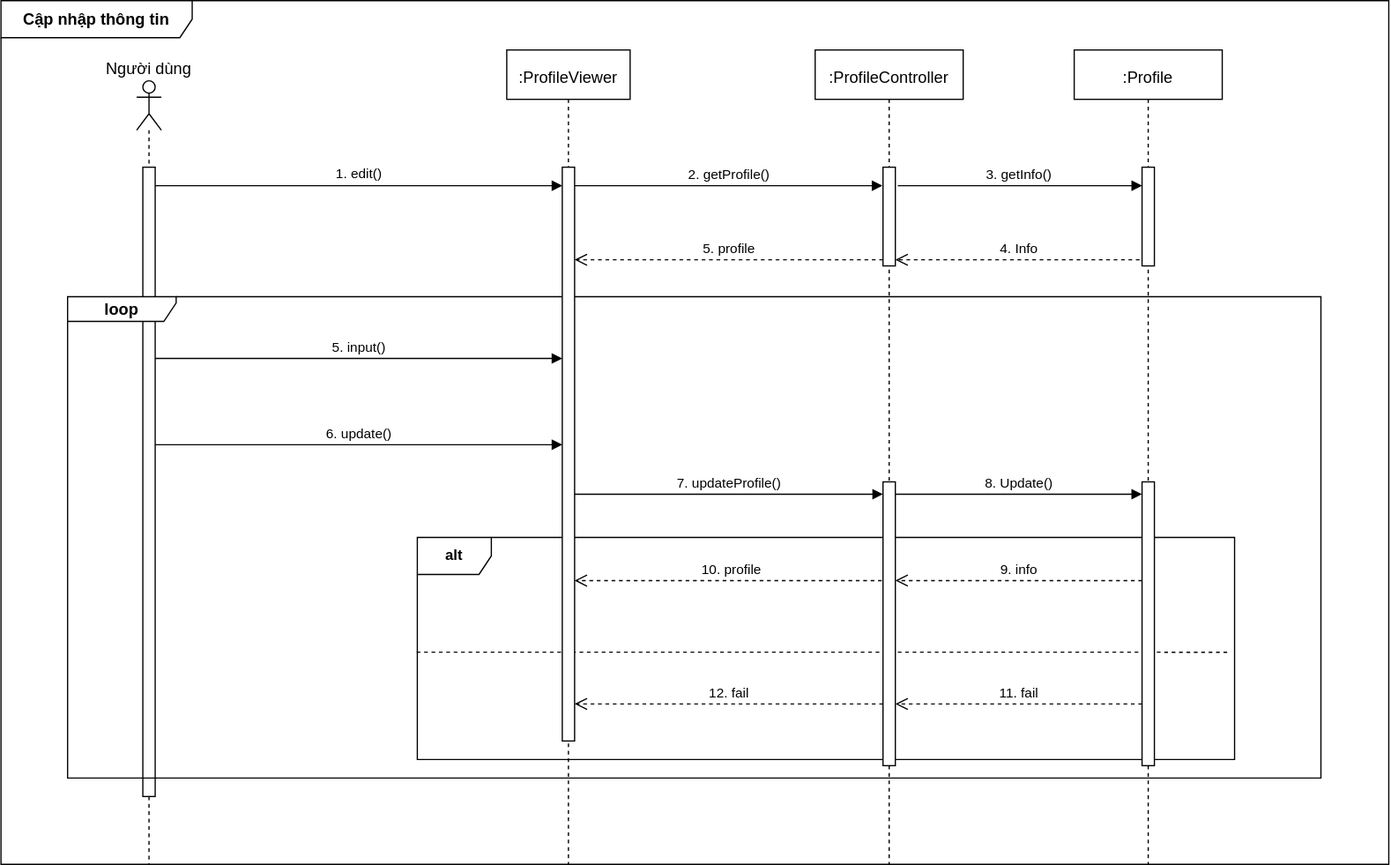
The draw.io diagram DiemDanh_2/CapNhatThongTin.drawio.svg in minh071289/AI_system, before a commit. Source tidied: cells renumbered, new cells last; positions are measured from the earlier drawing's top-left corner, leaving out a move shared by most shapes.
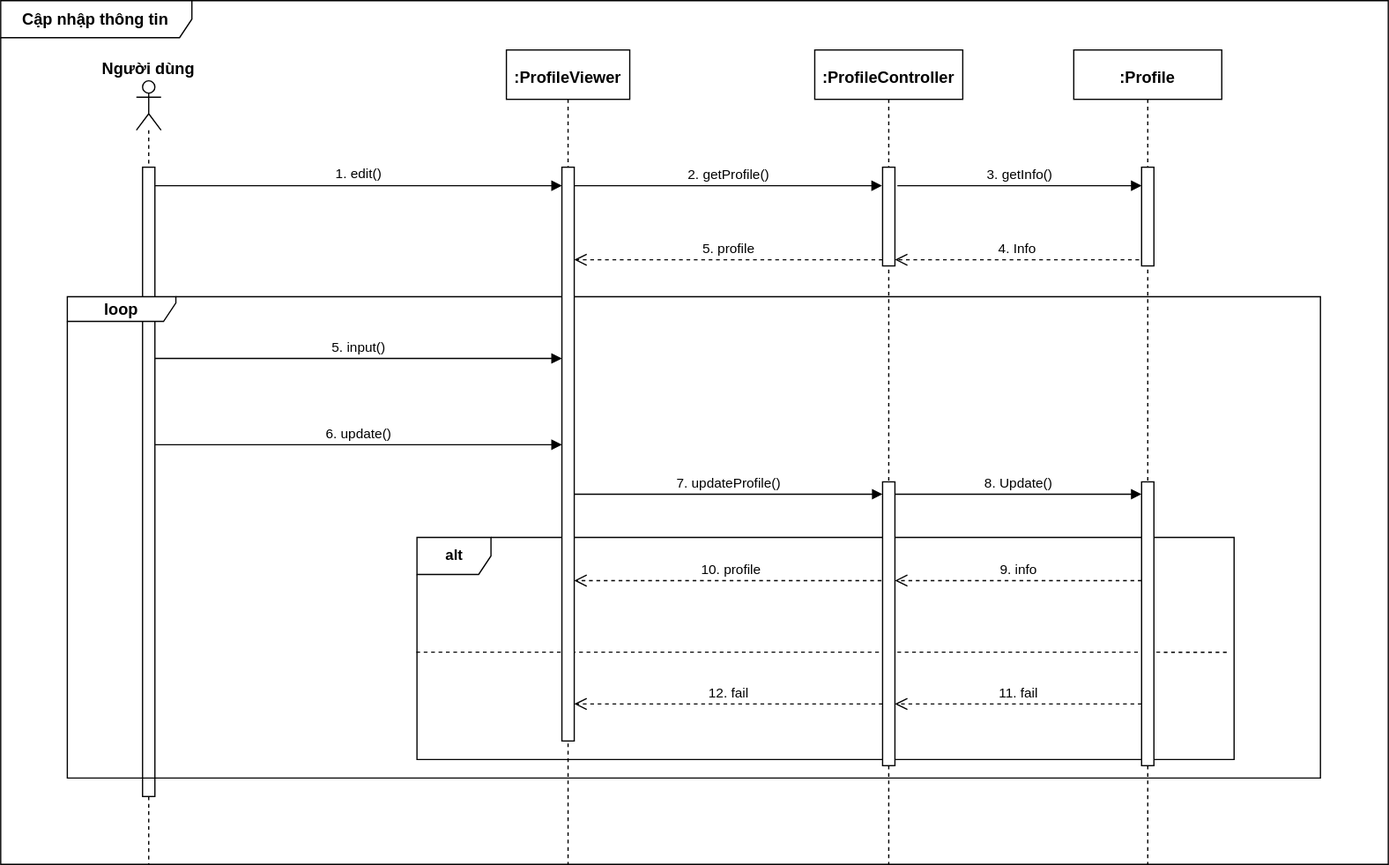
Above is the later version.

Diff of the diagram source:
```diff
@@ -11,7 +11,7 @@
     <mxCell id="4" style="html=1;perimeter=orthogonalPerimeter;targetShapes=umlLifeline;newEdgeStyle={&quot;curved&quot;:0,&quot;rounded&quot;:0};fontSize=13;" parent="3" vertex="1">
       <mxGeometry x="5" y="70" width="10" height="510" as="geometry" />
     </mxCell>
-    <mxCell id="5" value="&lt;span style=&quot;text-wrap-mode: nowrap;&quot;&gt;&lt;span style=&quot;font-weight: normal;&quot;&gt;Người dùng&lt;/span&gt;&lt;/span&gt;" style="text;strokeColor=none;align=center;fillColor=none;html=1;verticalAlign=middle;whiteSpace=wrap;rounded=0;fontSize=13;fontStyle=1;" parent="1" vertex="1">
+    <mxCell id="5" value="&lt;span style=&quot;text-wrap-mode: nowrap;&quot;&gt;Người dùng&lt;/span&gt;" style="text;strokeColor=none;align=center;fillColor=none;html=1;verticalAlign=middle;whiteSpace=wrap;rounded=0;fontSize=13;fontStyle=1;" parent="1" vertex="1">
       <mxGeometry x="90" y="40" width="60" height="30" as="geometry" />
     </mxCell>
     <mxCell id="6" value="&lt;font style=&quot;font-size: 11px;&quot;&gt;1. edit()&lt;/font&gt;" style="html=1;verticalAlign=bottom;endArrow=block;curved=0;rounded=0;fontSize=13;" parent="1" edge="1">
@@ -59,7 +59,7 @@
         <mxPoint x="337" y="528" as="sourcePoint" />
       </mxGeometry>
     </mxCell>
-    <mxCell id="15" value=":Profile" style="shape=umlLifeline;perimeter=lifelinePerimeter;whiteSpace=wrap;html=1;newEdgeStyle={&quot;curved&quot;:0,&quot;rounded&quot;:0};spacingTop=3;spacing=3;fontSize=13;" parent="1" vertex="1">
+    <mxCell id="15" value="&lt;b&gt;:Profile&lt;/b&gt;" style="shape=umlLifeline;perimeter=lifelinePerimeter;whiteSpace=wrap;html=1;newEdgeStyle={&quot;curved&quot;:0,&quot;rounded&quot;:0};spacingTop=3;spacing=3;fontSize=13;" parent="1" vertex="1">
       <mxGeometry x="870" y="40" width="120" height="660" as="geometry" />
     </mxCell>
     <mxCell id="16" style="html=1;perimeter=orthogonalPerimeter;targetShapes=umlLifeline;newEdgeStyle={&quot;curved&quot;:0,&quot;rounded&quot;:0};fontSize=13;" parent="15" vertex="1">
@@ -101,7 +101,7 @@
         <mxPoint x="125" y="359.9" as="sourcePoint" />
       </mxGeometry>
     </mxCell>
-    <mxCell id="24" value=":ProfileController" style="shape=umlLifeline;perimeter=lifelinePerimeter;whiteSpace=wrap;html=1;newEdgeStyle={&quot;curved&quot;:0,&quot;rounded&quot;:0};spacingTop=3;spacing=3;fontSize=13;" parent="1" vertex="1">
+    <mxCell id="24" value="&lt;b&gt;:ProfileController&lt;/b&gt;" style="shape=umlLifeline;perimeter=lifelinePerimeter;whiteSpace=wrap;html=1;newEdgeStyle={&quot;curved&quot;:0,&quot;rounded&quot;:0};spacingTop=3;spacing=3;fontSize=13;" parent="1" vertex="1">
       <mxGeometry x="660" y="40" width="120" height="660" as="geometry" />
     </mxCell>
     <mxCell id="25" style="html=1;points=[[0,0,0,0,5],[0,1,0,0,-5],[1,0,0,0,5],[1,1,0,0,-5]];perimeter=orthogonalPerimeter;outlineConnect=0;targetShapes=umlLifeline;portConstraint=eastwest;newEdgeStyle={&quot;curved&quot;:0,&quot;rounded&quot;:0};" parent="24" vertex="1">
@@ -115,7 +115,7 @@
         <mxPoint x="714.5" y="150" as="targetPoint" />
       </mxGeometry>
     </mxCell>
-    <mxCell id="28" value=":ProfileViewer" style="shape=umlLifeline;perimeter=lifelinePerimeter;whiteSpace=wrap;html=1;newEdgeStyle={&quot;curved&quot;:0,&quot;rounded&quot;:0};spacingTop=3;spacing=3;fontSize=13;" parent="1" vertex="1">
+    <mxCell id="28" value="&lt;b&gt;:ProfileViewer&lt;/b&gt;" style="shape=umlLifeline;perimeter=lifelinePerimeter;whiteSpace=wrap;html=1;newEdgeStyle={&quot;curved&quot;:0,&quot;rounded&quot;:0};spacingTop=3;spacing=3;fontSize=13;" parent="1" vertex="1">
       <mxGeometry x="410" y="40" width="100" height="660" as="geometry" />
     </mxCell>
     <mxCell id="29" style="html=1;points=[[0,0,0,0,5],[0,1,0,0,-5],[1,0,0,0,5],[1,1,0,0,-5]];perimeter=orthogonalPerimeter;outlineConnect=0;targetShapes=umlLifeline;portConstraint=eastwest;newEdgeStyle={&quot;curved&quot;:0,&quot;rounded&quot;:0};fontSize=13;" parent="28" vertex="1">
```
